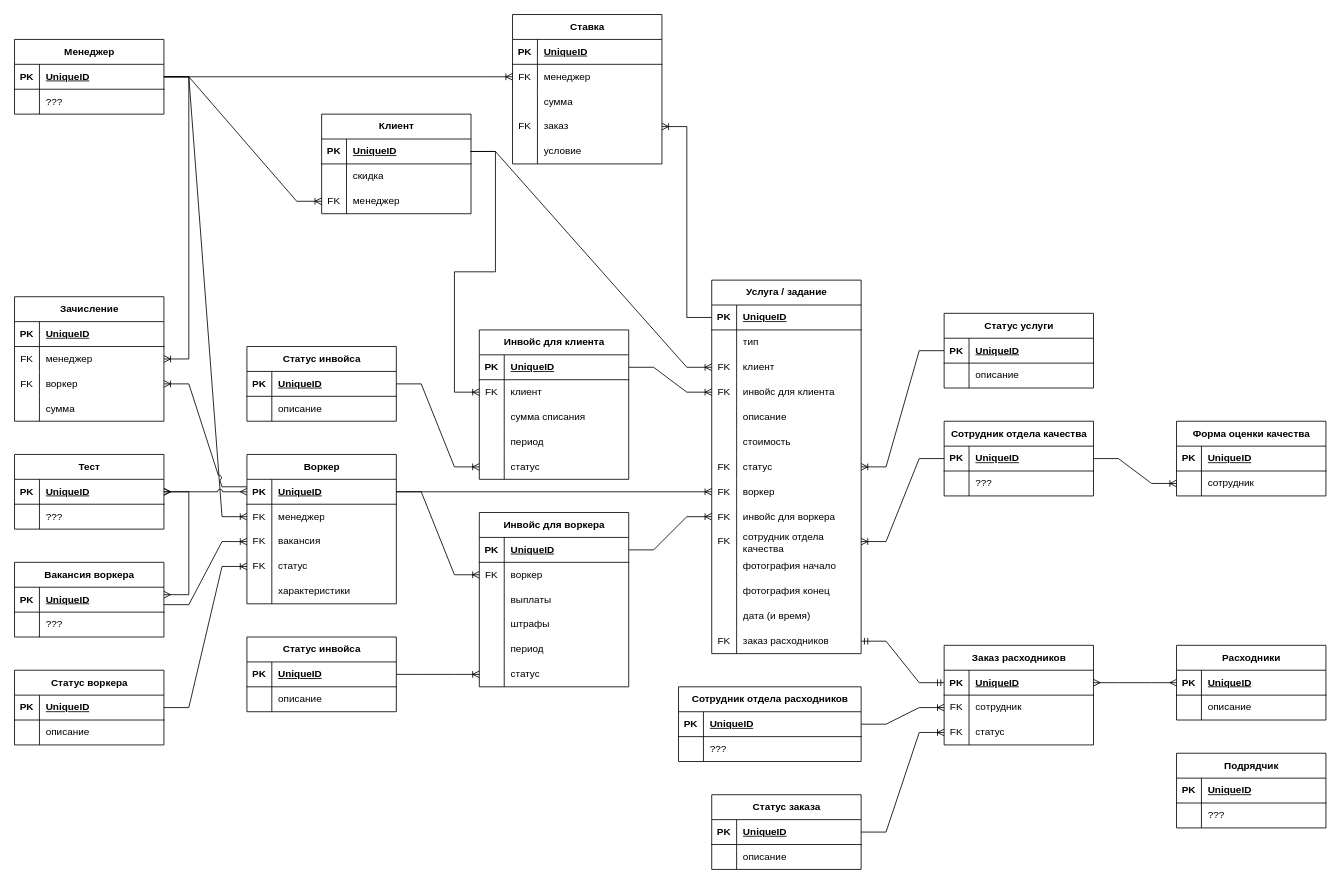
The draw.io diagram hw0/erd/erd.drawio in mikhaildruzhinin/tough-dev-school-system-analysis, before the edit. Source tidied: cells renumbered, new cells numbered last; positions are measured from the earlier drawing's top-left corner, leaving out a move shared by most shapes. Both pictures are drawn from the tidied source at 83%, with x=0, y=0 at pixel (-135, 14).
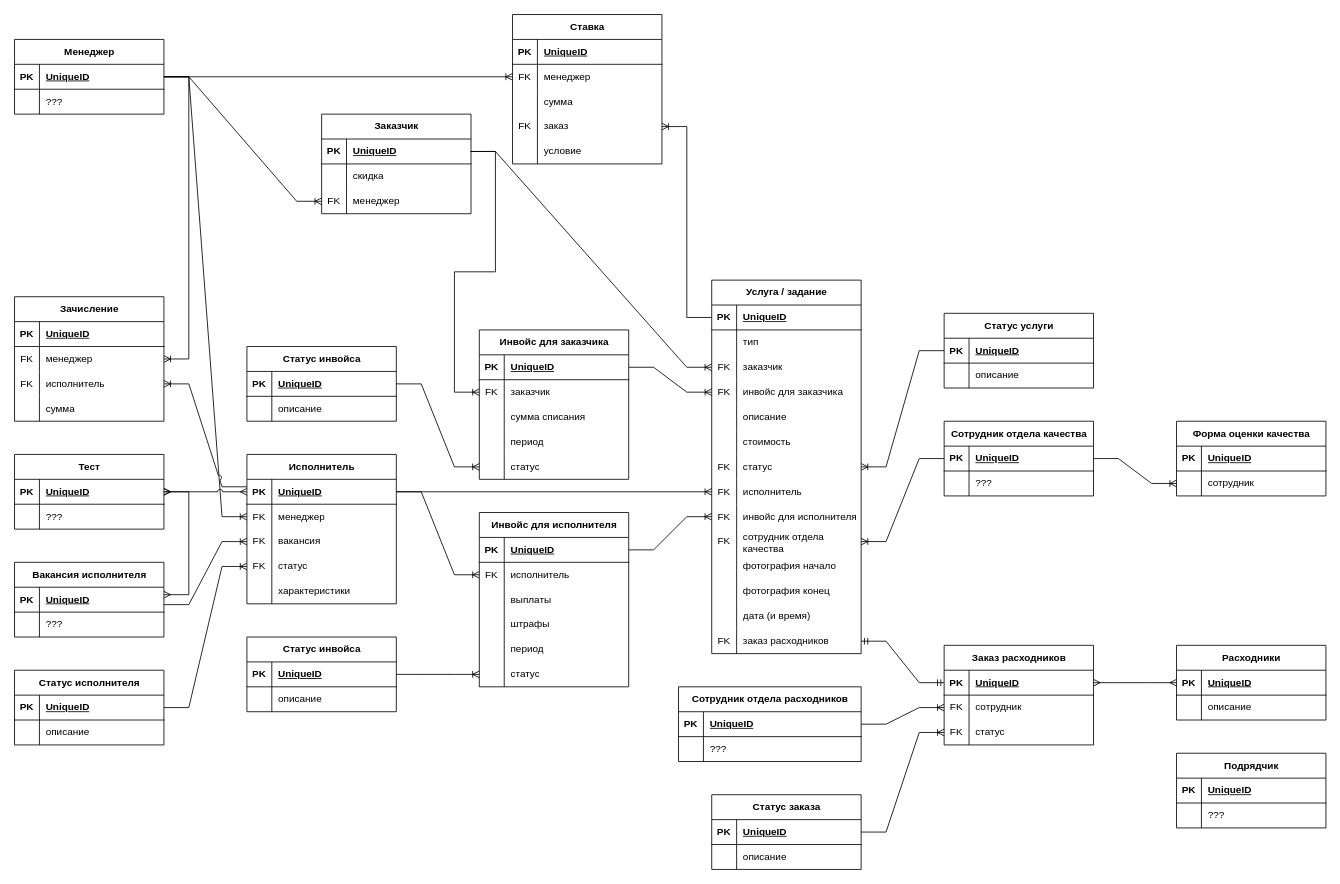
The same diagram, later.

Unchanged cells that the change refers to:
```xml
<mxCell id="19" style="shape=tableRow;horizontal=0;startSize=0;swimlaneHead=0;swimlaneBody=0;fillColor=none;points=[[0,0.5],[1,0.5]];portConstraint=eastwest;top=0;left=0;right=0;bottom=0;" parent="12" vertex="1">
  <mxGeometry y="90" width="180" height="30" as="geometry" />
</mxCell>
<mxCell id="22" style="shape=tableRow;horizontal=0;startSize=0;swimlaneHead=0;swimlaneBody=0;fillColor=none;points=[[0,0.5],[1,0.5]];portConstraint=eastwest;top=0;left=0;right=0;bottom=0;" parent="12" vertex="1">
  <mxGeometry y="120" width="180" height="30" as="geometry" />
</mxCell>
<mxCell id="34" style="shape=tableRow;horizontal=0;startSize=0;swimlaneHead=0;swimlaneBody=0;fillColor=none;points=[[0,0.5],[1,0.5]];portConstraint=eastwest;top=0;left=0;right=0;bottom=0;" parent="12" vertex="1">
  <mxGeometry y="240" width="180" height="30" as="geometry" />
</mxCell>
<mxCell id="37" style="shape=tableRow;horizontal=0;startSize=0;swimlaneHead=0;swimlaneBody=0;fillColor=none;points=[[0,0.5],[1,0.5]];portConstraint=eastwest;top=0;left=0;right=0;bottom=0;" parent="12" vertex="1">
  <mxGeometry y="270" width="180" height="30" as="geometry" />
</mxCell>
<mxCell id="174" style="shape=tableRow;horizontal=0;startSize=0;swimlaneHead=0;swimlaneBody=0;fillColor=none;points=[[0,0.5],[1,0.5]];portConstraint=eastwest;top=0;left=0;right=0;bottom=0;" parent="170" vertex="1">
  <mxGeometry y="60" width="180" height="30" as="geometry" />
</mxCell>
<mxCell id="190" style="shape=tableRow;horizontal=0;startSize=0;swimlaneHead=0;swimlaneBody=0;fillColor=none;points=[[0,0.5],[1,0.5]];portConstraint=eastwest;top=0;left=0;right=0;bottom=0;" parent="186" vertex="1">
  <mxGeometry y="60" width="180" height="30" as="geometry" />
</mxCell>
<mxCell id="212" style="shape=tableRow;horizontal=0;startSize=0;swimlaneHead=0;swimlaneBody=0;fillColor=none;points=[[0,0.5],[1,0.5]];portConstraint=eastwest;top=0;left=0;right=0;bottom=0;" parent="205" vertex="1">
  <mxGeometry y="90" width="180" height="30" as="geometry" />
</mxCell>
```

What changed in the source:
```diff
@@
-    <mxCell id="2" value="Клиент" style="shape=table;startSize=30;childLayout=tableLayout;rowLines=0;fontStyle=1;align=center;html=1;" parent="1" vertex="1">
+    <mxCell id="2" value="Заказчик" style="shape=table;startSize=30;childLayout=tableLayout;rowLines=0;fontStyle=1;align=center;html=1;" parent="1" vertex="1">
       <mxGeometry x="550" y="120" width="180" height="120" as="geometry" />
     </mxCell>
@@
-    <mxCell id="21" value="клиент" style="shape=partialRectangle;fillColor=none;top=0;left=0;bottom=0;right=0;align=left;spacingLeft=6;overflow=hidden;whiteSpace=wrap;html=1;" parent="19" vertex="1">
+    <mxCell id="21" value="заказчик" style="shape=partialRectangle;fillColor=none;top=0;left=0;bottom=0;right=0;align=left;spacingLeft=6;overflow=hidden;whiteSpace=wrap;html=1;" parent="19" vertex="1">
       <mxGeometry x="30" width="150" height="30" as="geometry" />
     </mxCell>
@@
-    <mxCell id="24" value="инвойс для клиента" style="shape=partialRectangle;fillColor=none;top=0;left=0;bottom=0;right=0;align=left;spacingLeft=6;overflow=hidden;whiteSpace=wrap;html=1;" parent="22" vertex="1">
+    <mxCell id="24" value="инвойс для заказчика" style="shape=partialRectangle;fillColor=none;top=0;left=0;bottom=0;right=0;align=left;spacingLeft=6;overflow=hidden;whiteSpace=wrap;html=1;" parent="22" vertex="1">
       <mxGeometry x="30" width="150" height="30" as="geometry" />
     </mxCell>
@@
-    <mxCell id="36" value="воркер" style="shape=partialRectangle;fillColor=none;top=0;left=0;bottom=0;right=0;align=left;spacingLeft=6;overflow=hidden;whiteSpace=wrap;html=1;" parent="34" vertex="1">
+    <mxCell id="36" value="исполнитель" style="shape=partialRectangle;fillColor=none;top=0;left=0;bottom=0;right=0;align=left;spacingLeft=6;overflow=hidden;whiteSpace=wrap;html=1;" parent="34" vertex="1">
       <mxGeometry x="30" width="150" height="30" as="geometry" />
     </mxCell>
@@
-    <mxCell id="39" value="инвойс для воркера" style="shape=partialRectangle;fillColor=none;top=0;left=0;bottom=0;right=0;align=left;spacingLeft=6;overflow=hidden;whiteSpace=wrap;html=1;" parent="37" vertex="1">
+    <mxCell id="39" value="инвойс для исполнителя" style="shape=partialRectangle;fillColor=none;top=0;left=0;bottom=0;right=0;align=left;spacingLeft=6;overflow=hidden;whiteSpace=wrap;html=1;" parent="37" vertex="1">
       <mxGeometry x="30" width="150" height="30" as="geometry" />
     </mxCell>
@@
-    <mxCell id="70" value="Воркер" style="shape=table;startSize=30;childLayout=tableLayout;rowLines=0;fontStyle=1;align=center;html=1;" parent="1" vertex="1">
+    <mxCell id="70" value="Исполнитель" style="shape=table;startSize=30;childLayout=tableLayout;rowLines=0;fontStyle=1;align=center;html=1;" parent="1" vertex="1">
       <mxGeometry x="460" y="530" width="180" height="180" as="geometry" />
     </mxCell>
@@
-    <mxCell id="88" value="Вакансия воркера" style="shape=table;startSize=30;childLayout=tableLayout;rowLines=0;fontStyle=1;align=center;html=1;" parent="1" vertex="1">
+    <mxCell id="88" value="Вакансия исполнителя" style="shape=table;startSize=30;childLayout=tableLayout;rowLines=0;fontStyle=1;align=center;html=1;" parent="1" vertex="1">
       <mxGeometry x="180" y="660" width="180" height="90" as="geometry" />
     </mxCell>
@@
-    <mxCell id="103" value="Статус воркера" style="shape=table;startSize=30;childLayout=tableLayout;rowLines=0;fontStyle=1;align=center;html=1;" parent="1" vertex="1">
+    <mxCell id="103" value="Статус исполнителя" style="shape=table;startSize=30;childLayout=tableLayout;rowLines=0;fontStyle=1;align=center;html=1;" parent="1" vertex="1">
       <mxGeometry x="180" y="790" width="180" height="90" as="geometry" />
     </mxCell>
@@
-    <mxCell id="170" value="Инвойс для клиента" style="shape=table;startSize=30;childLayout=tableLayout;rowLines=0;fontStyle=1;align=center;html=1;" parent="1" vertex="1">
+    <mxCell id="170" value="Инвойс для заказчика" style="shape=table;startSize=30;childLayout=tableLayout;rowLines=0;fontStyle=1;align=center;html=1;" parent="1" vertex="1">
       <mxGeometry x="740" y="380" width="180" height="180" as="geometry" />
     </mxCell>
@@
-    <mxCell id="176" value="клиент" style="shape=partialRectangle;fillColor=none;top=0;left=0;bottom=0;right=0;align=left;spacingLeft=6;overflow=hidden;whiteSpace=wrap;html=1;" parent="174" vertex="1">
+    <mxCell id="176" value="заказчик" style="shape=partialRectangle;fillColor=none;top=0;left=0;bottom=0;right=0;align=left;spacingLeft=6;overflow=hidden;whiteSpace=wrap;html=1;" parent="174" vertex="1">
       <mxGeometry x="30" width="150" height="30" as="geometry" />
     </mxCell>
@@
-    <mxCell id="186" value="Инвойс для воркера" style="shape=table;startSize=30;childLayout=tableLayout;rowLines=0;fontStyle=1;align=center;html=1;" parent="1" vertex="1">
+    <mxCell id="186" value="Инвойс для исполнителя" style="shape=table;startSize=30;childLayout=tableLayout;rowLines=0;fontStyle=1;align=center;html=1;" parent="1" vertex="1">
       <mxGeometry x="740" y="600" width="180" height="210" as="geometry" />
     </mxCell>
@@
-    <mxCell id="192" value="воркер" style="shape=partialRectangle;fillColor=none;top=0;left=0;bottom=0;right=0;align=left;spacingLeft=6;overflow=hidden;whiteSpace=wrap;html=1;" parent="190" vertex="1">
+    <mxCell id="192" value="исполнитель" style="shape=partialRectangle;fillColor=none;top=0;left=0;bottom=0;right=0;align=left;spacingLeft=6;overflow=hidden;whiteSpace=wrap;html=1;" parent="190" vertex="1">
       <mxGeometry x="30" width="150" height="30" as="geometry" />
     </mxCell>
@@
-    <mxCell id="214" value="воркер" style="shape=partialRectangle;fillColor=none;top=0;left=0;bottom=0;right=0;align=left;spacingLeft=6;overflow=hidden;whiteSpace=wrap;html=1;" parent="212" vertex="1">
+    <mxCell id="214" value="исполнитель" style="shape=partialRectangle;fillColor=none;top=0;left=0;bottom=0;right=0;align=left;spacingLeft=6;overflow=hidden;whiteSpace=wrap;html=1;" parent="212" vertex="1">
       <mxGeometry x="30" width="150" height="30" as="geometry" />
     </mxCell>
```
